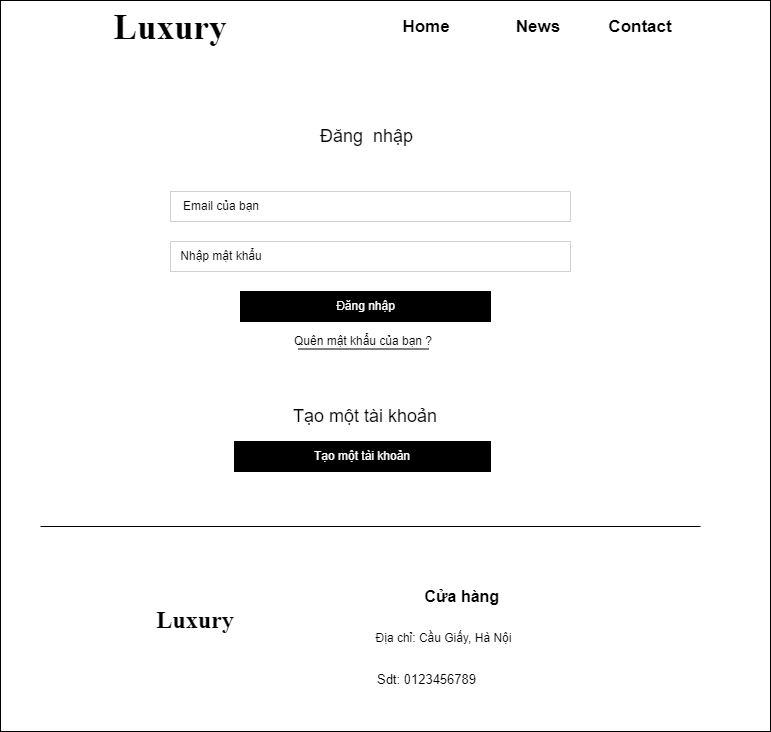
yenphph/web106_yenphph keeps this draw.io diagram as ASM/images/contact.mobile.png. Above is the earlier version. Source tidied: cells renumbered, new cells last; positions are measured from the earlier drawing's top-left corner, leaving out a move shared by most shapes.
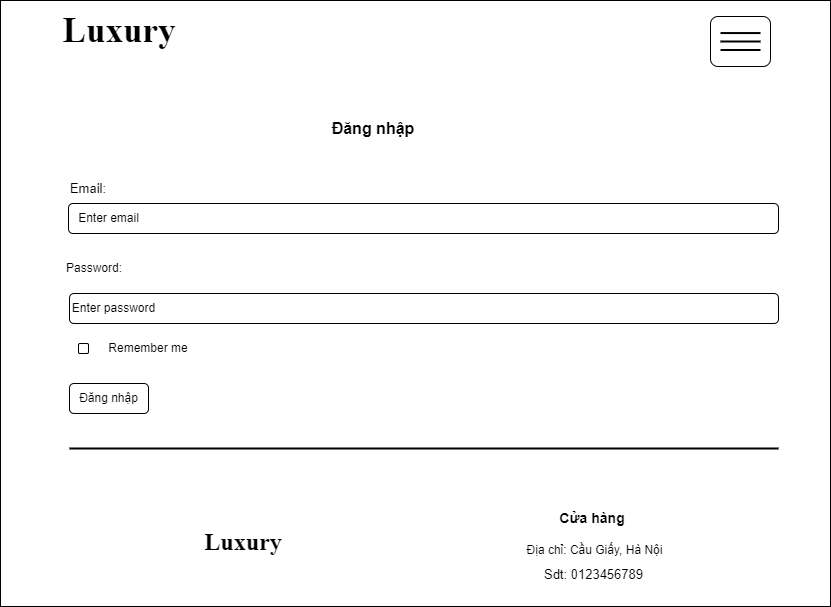
After the commit.

What changed in the source:
```diff
@@ -2,68 +2,71 @@
   <root>
     <mxCell id="0" />
     <mxCell id="1" parent="0" />
-    <mxCell id="2" style="rounded=0;whiteSpace=wrap;html=1;" parent="1" vertex="1">
-      <mxGeometry width="770" height="731" as="geometry" />
-    </mxCell>
+    <mxCell id="23" style="rounded=0;whiteSpace=wrap;html=1;" parent="1" vertex="1">
+      <mxGeometry x="-30" y="-35" width="830" height="606" as="geometry" />
+    </mxCell>
     <mxCell id="3" value="Luxury" style="text;html=1;strokeColor=none;fillColor=none;align=center;verticalAlign=middle;whiteSpace=wrap;rounded=0;fontSize=35;fontStyle=1;fontFamily=Times New Roman;" parent="1" vertex="1">
-      <mxGeometry x="90" y="0.1" width="160" height="53.1" as="geometry" />
+      <mxGeometry x="34" y="-32" width="110" height="53.1" as="geometry" />
     </mxCell>
-    <mxCell id="4" value="Đăng&amp;nbsp; nhập&amp;nbsp;" style="text;html=1;strokeColor=none;fillColor=none;align=center;verticalAlign=middle;whiteSpace=wrap;rounded=0;fontSize=18;" parent="1" vertex="1">
-      <mxGeometry x="314" y="121" width="110" height="30" as="geometry" />
-    </mxCell>
-    <mxCell id="5" style="rounded=0;whiteSpace=wrap;html=1;strokeWidth=0;" parent="1" vertex="1">
-      <mxGeometry x="170" y="191" width="400" height="30" as="geometry" />
-    </mxCell>
-    <mxCell id="6" style="rounded=0;whiteSpace=wrap;html=1;strokeWidth=0;" parent="1" vertex="1">
-      <mxGeometry x="170" y="241" width="400" height="30" as="geometry" />
-    </mxCell>
-    <mxCell id="7" value="Email của bạn" style="text;html=1;strokeColor=none;fillColor=none;align=center;verticalAlign=middle;whiteSpace=wrap;rounded=0;" parent="1" vertex="1">
-      <mxGeometry x="171" y="191" width="100" height="30" as="geometry" />
-    </mxCell>
-    <mxCell id="8" value="Nhập mật khẩu" style="text;html=1;strokeColor=none;fillColor=none;align=center;verticalAlign=middle;whiteSpace=wrap;rounded=0;" parent="1" vertex="1">
-      <mxGeometry x="171" y="241" width="100" height="30" as="geometry" />
-    </mxCell>
-    <mxCell id="9" style="rounded=0;whiteSpace=wrap;html=1;strokeWidth=1;fillColor=#000000;" parent="1" vertex="1">
-      <mxGeometry x="240" y="291" width="250" height="30" as="geometry" />
-    </mxCell>
-    <mxCell id="10" value="Đăng nhập" style="text;html=1;strokeColor=none;fillColor=none;align=center;verticalAlign=middle;whiteSpace=wrap;rounded=0;fontColor=#FFFFFF;" parent="1" vertex="1">
-      <mxGeometry x="324.5" y="291" width="81" height="30" as="geometry" />
-    </mxCell>
-    <mxCell id="11" value="Quên mật khẩu của bạn ?" style="text;html=1;strokeColor=none;fillColor=none;align=center;verticalAlign=middle;whiteSpace=wrap;rounded=0;" parent="1" vertex="1">
-      <mxGeometry x="290" y="321" width="146" height="40" as="geometry" />
-    </mxCell>
-    <mxCell id="12" style="line;strokeWidth=1;html=1;" parent="1" vertex="1">
-      <mxGeometry x="297.5" y="341" width="131" height="15" as="geometry" />
-    </mxCell>
-    <mxCell id="13" value="&lt;font style=&quot;font-size: 18px;&quot;&gt;Tạo một tài khoản&lt;/font&gt;" style="text;html=1;strokeColor=none;fillColor=none;align=center;verticalAlign=middle;whiteSpace=wrap;rounded=0;fontSize=18;" parent="1" vertex="1">
-      <mxGeometry x="280" y="401" width="170" height="30" as="geometry" />
-    </mxCell>
-    <mxCell id="14" value="&lt;font color=&quot;#ffffff&quot;&gt;Tạo một tài khoản&lt;/font&gt;" style="rounded=0;whiteSpace=wrap;html=1;strokeWidth=1;strokeColor=#000000;fillColor=#000000;" parent="1" vertex="1">
-      <mxGeometry x="234" y="441" width="256" height="30" as="geometry" />
-    </mxCell>
-    <mxCell id="15" style="line;strokeWidth=1;dashed=0;labelPosition=right;align=left;verticalAlign=middle;spacingTop=0;spacingLeft=6;" parent="1" vertex="1">
-      <mxGeometry x="40" y="521" width="660" height="10" as="geometry" />
-    </mxCell>
+    <mxCell id="24" value="Đăng nhập" style="text;html=1;strokeColor=none;fillColor=none;align=center;verticalAlign=middle;whiteSpace=wrap;rounded=0;fontStyle=1;fontSize=16;" parent="1" vertex="1">
+      <mxGeometry x="288" y="78" width="110" height="30" as="geometry" />
+    </mxCell>
+    <mxCell id="25" value="&lt;font style=&quot;font-size: 13px;&quot;&gt;Email:&lt;/font&gt;" style="text;html=1;strokeColor=none;fillColor=none;align=center;verticalAlign=middle;whiteSpace=wrap;rounded=0;" parent="1" vertex="1">
+      <mxGeometry x="18" y="138" width="80" height="30" as="geometry" />
+    </mxCell>
+    <mxCell id="26" style="rounded=1;whiteSpace=wrap;html=1;" parent="1" vertex="1">
+      <mxGeometry x="38" y="168" width="710" height="30" as="geometry" />
+    </mxCell>
+    <mxCell id="27" value="Enter email" style="text;html=1;strokeColor=none;fillColor=none;align=center;verticalAlign=middle;whiteSpace=wrap;rounded=0;" parent="1" vertex="1">
+      <mxGeometry x="39" y="168" width="79" height="30" as="geometry" />
+    </mxCell>
+    <mxCell id="28" value="Password:" style="text;html=1;strokeColor=none;fillColor=none;align=center;verticalAlign=middle;whiteSpace=wrap;rounded=0;" parent="1" vertex="1">
+      <mxGeometry x="34" y="218" width="60" height="30" as="geometry" />
+    </mxCell>
+    <mxCell id="29" style="rounded=1;whiteSpace=wrap;html=1;" parent="1" vertex="1">
+      <mxGeometry x="39" y="258" width="709" height="30" as="geometry" />
+    </mxCell>
+    <mxCell id="30" value="Enter password" style="text;html=1;strokeColor=none;fillColor=none;align=center;verticalAlign=middle;whiteSpace=wrap;rounded=0;" parent="1" vertex="1">
+      <mxGeometry x="39" y="258" width="89" height="30" as="geometry" />
+    </mxCell>
+    <mxCell id="31" style="rounded=1;whiteSpace=wrap;html=1;" parent="1" vertex="1">
+      <mxGeometry x="48" y="308" width="10" height="10" as="geometry" />
+    </mxCell>
+    <mxCell id="32" value="Remember me" style="text;html=1;strokeColor=none;fillColor=none;align=center;verticalAlign=middle;whiteSpace=wrap;rounded=0;" parent="1" vertex="1">
+      <mxGeometry x="68" y="298" width="100" height="30" as="geometry" />
+    </mxCell>
+    <mxCell id="33" style="rounded=1;whiteSpace=wrap;html=1;" parent="1" vertex="1">
+      <mxGeometry x="39" y="348" width="79" height="30" as="geometry" />
+    </mxCell>
+    <mxCell id="34" value="Đăng nhập" style="text;html=1;strokeColor=none;fillColor=none;align=center;verticalAlign=middle;whiteSpace=wrap;rounded=0;" parent="1" vertex="1">
+      <mxGeometry x="39" y="348" width="79" height="30" as="geometry" />
+    </mxCell>
+    <mxCell id="35" style="line;strokeWidth=2;html=1;" parent="1" vertex="1">
+      <mxGeometry x="39" y="408" width="709" height="10" as="geometry" />
+    </mxCell>
     <mxCell id="16" value="&lt;font style=&quot;font-size: 24px;&quot;&gt;Luxury&lt;/font&gt;" style="text;html=1;strokeColor=none;fillColor=none;align=center;verticalAlign=middle;whiteSpace=wrap;rounded=0;fontSize=35;fontStyle=1;fontFamily=Times New Roman;" parent="1" vertex="1">
-      <mxGeometry x="140" y="601" width="110" height="30" as="geometry" />
+      <mxGeometry x="158" y="488" width="110" height="30" as="geometry" />
     </mxCell>
-    <mxCell id="17" value="Cửa hàng&amp;nbsp;" style="text;html=1;strokeColor=none;fillColor=none;align=center;verticalAlign=middle;whiteSpace=wrap;rounded=0;fontSize=16;fontStyle=1;" parent="1" vertex="1">
-      <mxGeometry x="370" y="581" width="188" height="30" as="geometry" />
+    <mxCell id="17" value="Cửa hàng&amp;nbsp;" style="text;html=1;strokeColor=none;fillColor=none;align=center;verticalAlign=middle;whiteSpace=wrap;rounded=0;fontSize=14;fontStyle=1;" parent="1" vertex="1">
+      <mxGeometry x="470" y="468" width="188" height="30" as="geometry" />
     </mxCell>
     <mxCell id="18" value="Địa chỉ: Cầu Giấy, Hà Nội" style="text;html=1;align=center;verticalAlign=middle;strokeColor=none;fillColor=none;fontSize=12;" parent="1" vertex="1">
-      <mxGeometry x="360" y="621" width="165" height="33" as="geometry" />
+      <mxGeometry x="481.5" y="498" width="165" height="33" as="geometry" />
     </mxCell>
     <mxCell id="19" value="Sdt: 0123456789" style="text;html=1;strokeColor=none;fillColor=none;align=center;verticalAlign=middle;whiteSpace=wrap;rounded=0;fontSize=13;" parent="1" vertex="1">
-      <mxGeometry x="363" y="671" width="127" height="15" as="geometry" />
+      <mxGeometry x="500" y="531" width="127" height="15" as="geometry" />
     </mxCell>
-    <mxCell id="20" value="&lt;span style=&quot;font-size: 17px;&quot;&gt;&lt;b&gt;Home&lt;/b&gt;&lt;/span&gt;" style="text;html=1;strokeColor=none;fillColor=none;align=center;verticalAlign=middle;whiteSpace=wrap;rounded=0;" parent="1" vertex="1">
-      <mxGeometry x="384" y="11.6" width="84" height="30" as="geometry" />
-    </mxCell>
-    <mxCell id="21" value="&lt;b&gt;&lt;font style=&quot;font-size: 17px;&quot;&gt;News&lt;/font&gt;&lt;/b&gt;" style="text;html=1;strokeColor=none;fillColor=none;align=center;verticalAlign=middle;whiteSpace=wrap;rounded=0;" parent="1" vertex="1">
-      <mxGeometry x="508" y="11.6" width="60" height="30" as="geometry" />
-    </mxCell>
-    <mxCell id="22" value="&lt;span style=&quot;font-size: 17px;&quot;&gt;&lt;b&gt;Contact&lt;/b&gt;&lt;/span&gt;" style="text;html=1;strokeColor=none;fillColor=none;align=center;verticalAlign=middle;whiteSpace=wrap;rounded=0;" parent="1" vertex="1">
-      <mxGeometry x="610" y="11.6" width="60" height="30" as="geometry" />
-    </mxCell>
+    <mxCell id="36" style="rounded=1;whiteSpace=wrap;html=1;" parent="1" vertex="1">
+      <mxGeometry x="680" y="-19" width="60" height="50" as="geometry" />
+    </mxCell>
+    <mxCell id="37" style="line;strokeWidth=2;html=1;" parent="1" vertex="1">
+      <mxGeometry x="690" y="-6.4" width="40" height="8" as="geometry" />
+    </mxCell>
+    <mxCell id="38" style="line;strokeWidth=2;html=1;" parent="1" vertex="1">
+      <mxGeometry x="690" y="2" width="40" height="8" as="geometry" />
+    </mxCell>
+    <mxCell id="39" style="line;strokeWidth=2;html=1;" parent="1" vertex="1">
+      <mxGeometry x="690" y="10" width="40" height="9" as="geometry" />
+    </mxCell>
   </root>
 </mxGraphModel>
```
